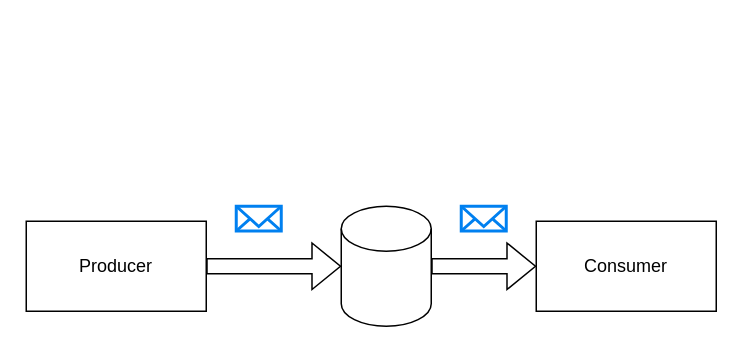
Earlier version of the draw.io diagram Untitled Diagram.drawio (arijitmazumdar/kafka-schema-evolution). Source tidied: cells renumbered, new cells numbered last; positions are measured from the earlier drawing's top-left corner, leaving out a move shared by most shapes. Both pictures are drawn from the tidied source at 150%, with x=0, y=0 at pixel (26, 206).
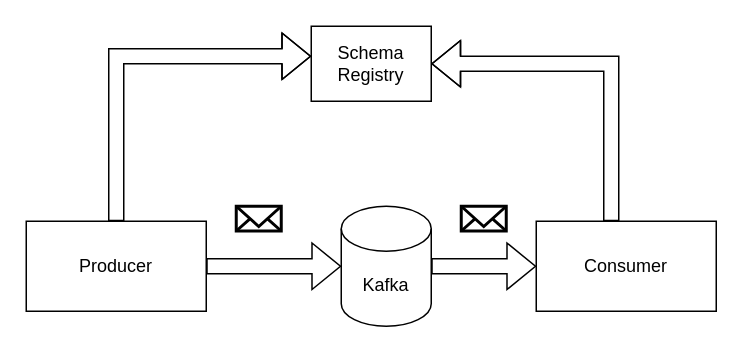
Above is the later version.

Diff of the diagram source:
```diff
@@
 <mxGraphModel>
   <root>
     <mxCell id="0" />
     <mxCell id="1" parent="0" />
     <mxCell id="2" style="edgeStyle=orthogonalEdgeStyle;shape=flexArrow;rounded=0;jettySize=auto;html=1;exitX=1;exitY=0.5;exitDx=0;exitDy=0;entryX=0;entryY=0.5;entryDx=0;entryDy=0;entryPerimeter=0;" parent="1" edge="1" source="3" target="5">
       <mxGeometry relative="1" as="geometry" />
     </mxCell>
+    <mxCell id="9" style="edgeStyle=orthogonalEdgeStyle;shape=flexArrow;rounded=0;jettySize=auto;html=1;" parent="1" edge="1" source="3">
+      <mxGeometry relative="1" as="geometry">
+        <mxPoint x="190" y="-100" as="targetPoint" />
+        <Array as="points">
+          <mxPoint x="60" y="-100" />
+        </Array>
+      </mxGeometry>
+    </mxCell>
     <mxCell id="3" value="Producer" style="rounded=0;whiteSpace=wrap;html=1;" parent="1" vertex="1">
       <mxGeometry y="10" width="120" height="60" as="geometry" />
     </mxCell>
     <mxCell id="4" style="edgeStyle=orthogonalEdgeStyle;shape=flexArrow;rounded=0;jettySize=auto;html=1;exitX=1;exitY=0.5;exitDx=0;exitDy=0;exitPerimeter=0;entryX=0;entryY=0.5;entryDx=0;entryDy=0;" parent="1" edge="1" source="5" target="6">
       <mxGeometry relative="1" as="geometry" />
     </mxCell>
-    <mxCell id="5" style="shape=cylinder3;whiteSpace=wrap;html=1;boundedLbl=1;backgroundOutline=1;size=15;" parent="1" vertex="1">
+    <mxCell id="5" value="Kafka" style="shape=cylinder3;whiteSpace=wrap;html=1;boundedLbl=1;backgroundOutline=1;size=15;" parent="1" vertex="1">
       <mxGeometry x="210" width="60" height="80" as="geometry" />
     </mxCell>
+    <mxCell id="10" style="edgeStyle=orthogonalEdgeStyle;shape=flexArrow;rounded=0;jettySize=auto;html=1;entryX=1;entryY=0.5;entryDx=0;entryDy=0;" parent="1" edge="1" source="6" target="11">
+      <mxGeometry relative="1" as="geometry">
+        <Array as="points">
+          <mxPoint x="390" y="-95" />
+        </Array>
+      </mxGeometry>
+    </mxCell>
     <mxCell id="6" value="Consumer" style="rounded=0;whiteSpace=wrap;html=1;" parent="1" vertex="1">
       <mxGeometry x="340" y="10" width="120" height="60" as="geometry" />
     </mxCell>
-    <mxCell id="7" style="html=1;verticalLabelPosition=bottom;align=center;labelBackgroundColor=#ffffff;verticalAlign=top;strokeWidth=2;strokeColor=#0080F0;shadow=0;dashed=0;shape=mxgraph.ios7.icons.mail;" parent="1" vertex="1">
+    <mxCell id="7" style="html=1;verticalLabelPosition=bottom;align=center;labelBackgroundColor=#ffffff;verticalAlign=top;strokeWidth=2;strokeColor=#000000;shadow=0;dashed=0;shape=mxgraph.ios7.icons.mail;" parent="1" vertex="1">
       <mxGeometry x="140" width="30" height="16.5" as="geometry" />
     </mxCell>
-    <mxCell id="8" style="html=1;verticalLabelPosition=bottom;align=center;labelBackgroundColor=#ffffff;verticalAlign=top;strokeWidth=2;strokeColor=#0080F0;shadow=0;dashed=0;shape=mxgraph.ios7.icons.mail;" parent="1" vertex="1">
+    <mxCell id="8" style="html=1;verticalLabelPosition=bottom;align=center;labelBackgroundColor=#ffffff;verticalAlign=top;strokeWidth=2;strokeColor=#000000;shadow=0;dashed=0;shape=mxgraph.ios7.icons.mail;" parent="1" vertex="1">
       <mxGeometry x="290" width="30" height="16.5" as="geometry" />
     </mxCell>
+    <mxCell id="11" value="Schema Registry" style="rounded=0;whiteSpace=wrap;html=1;strokeColor=#000000;" parent="1" vertex="1">
+      <mxGeometry x="190" y="-120" width="80" height="50" as="geometry" />
+    </mxCell>
   </root>
 </mxGraphModel>
```
